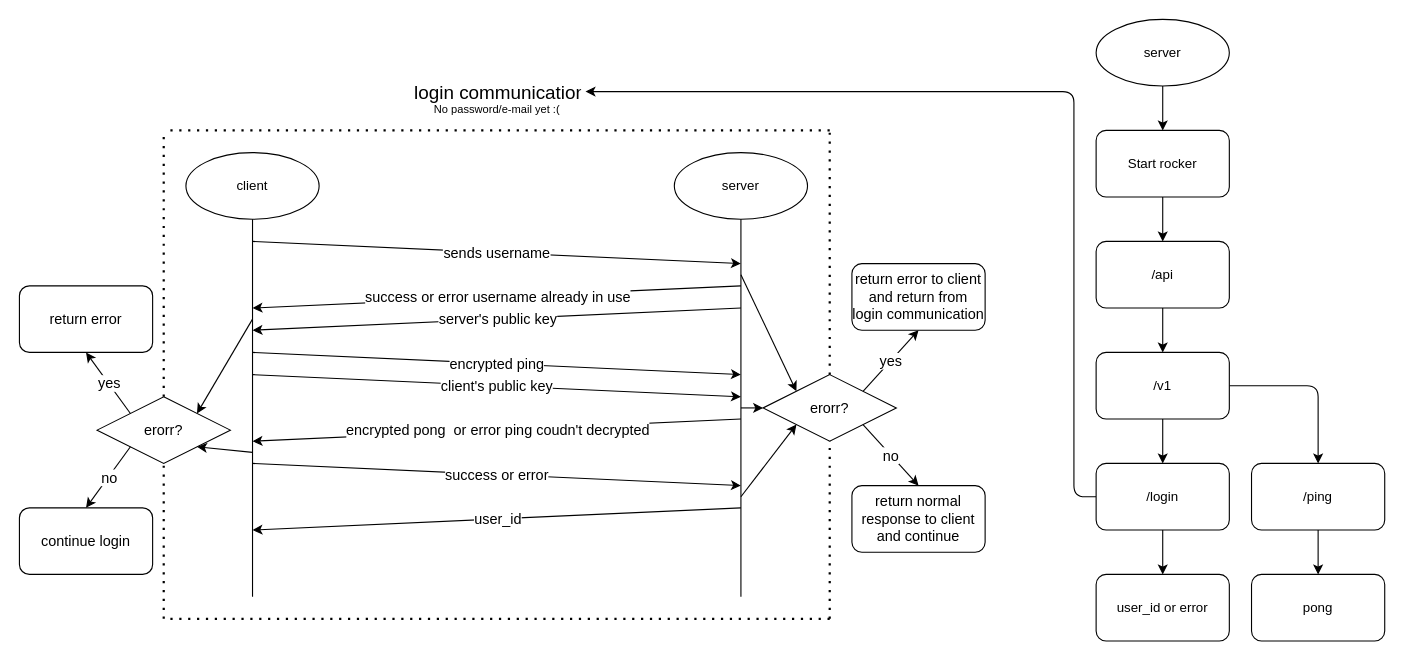
The draw.io diagram flowcarts/api.drawio in Staninna/gpg-chat, before the edit. Source tidied: cells renumbered, new cells numbered last; positions are measured from the earlier drawing's top-left corner, leaving out a move shared by most shapes. Both pictures are drawn from the tidied source at 111%, with x=0, y=0 at pixel (19, 19).
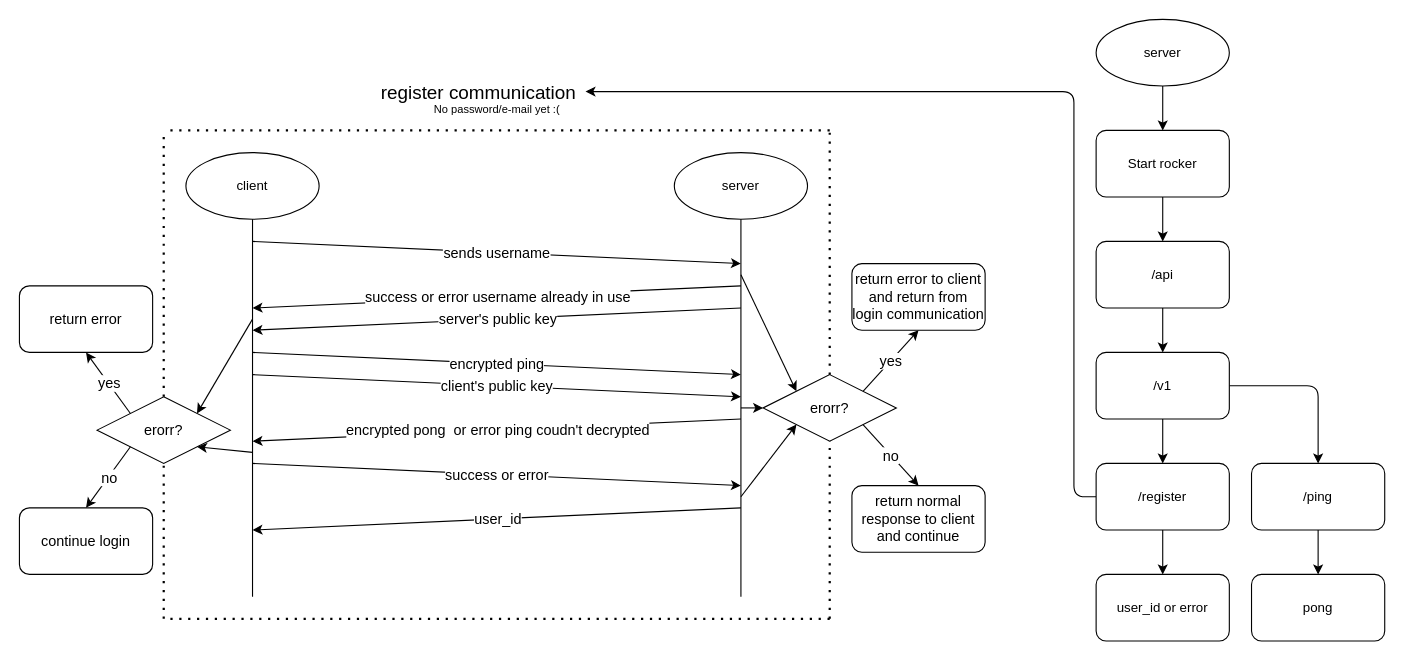
After the change.

Commit message:
Changed /login to /register

Diff of the diagram source:
```diff
@@
-    <mxCell id="17" value="login communication" style="text;strokeColor=none;fillColor=none;align=left;verticalAlign=middle;spacingLeft=4;spacingRight=4;overflow=hidden;points=[[0,0.5],[1,0.5]];portConstraint=eastwest;fontSize=17;" parent="1" vertex="1">
-      <mxGeometry x="350" y="50" width="160" height="30" as="geometry" />
+    <mxCell id="17" value="register communication" style="text;strokeColor=none;fillColor=none;align=left;verticalAlign=middle;spacingLeft=4;spacingRight=4;overflow=hidden;points=[[0,0.5],[1,0.5]];portConstraint=eastwest;fontSize=17;" parent="1" vertex="1">
+      <mxGeometry x="320" y="50" width="190" height="30" as="geometry" />
     </mxCell>
@@
-    <mxCell id="61" value="/login" style="rounded=1;whiteSpace=wrap;html=1;" parent="1" vertex="1">
+    <mxCell id="61" value="/register" style="rounded=1;whiteSpace=wrap;html=1;" parent="1" vertex="1">
       <mxGeometry x="970" y="400" width="120" height="60" as="geometry" />
     </mxCell>
```
